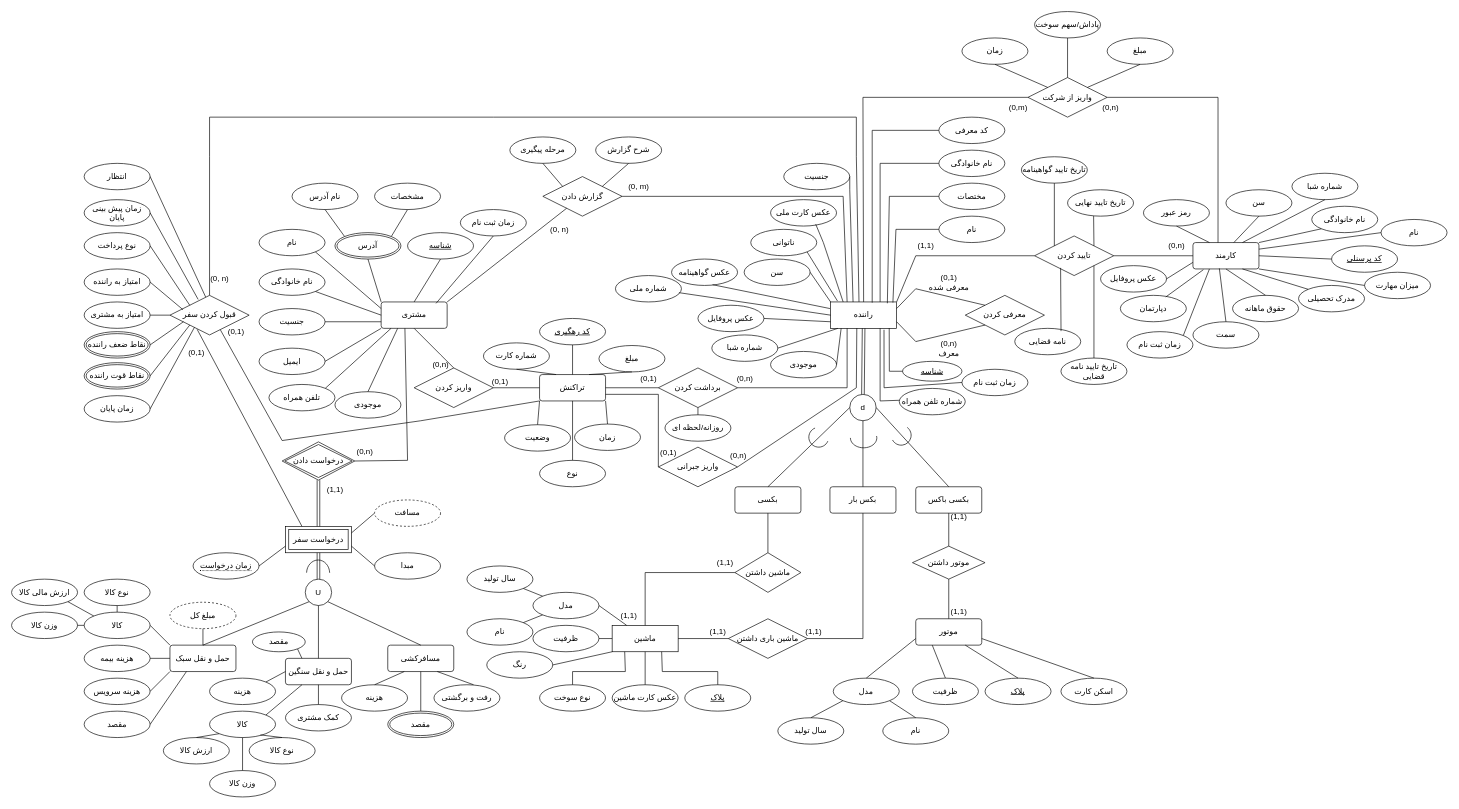
Above: EER/Diagram.drawio in sedwna/BAXI (draw.io), before the change. Source tidied: cells renumbered, new cells numbered last; positions are measured from the earlier drawing's top-left corner, leaving out a move shared by most shapes. Both pictures are drawn from the tidied source at 66%, with x=0, y=0 at pixel (11, 11).
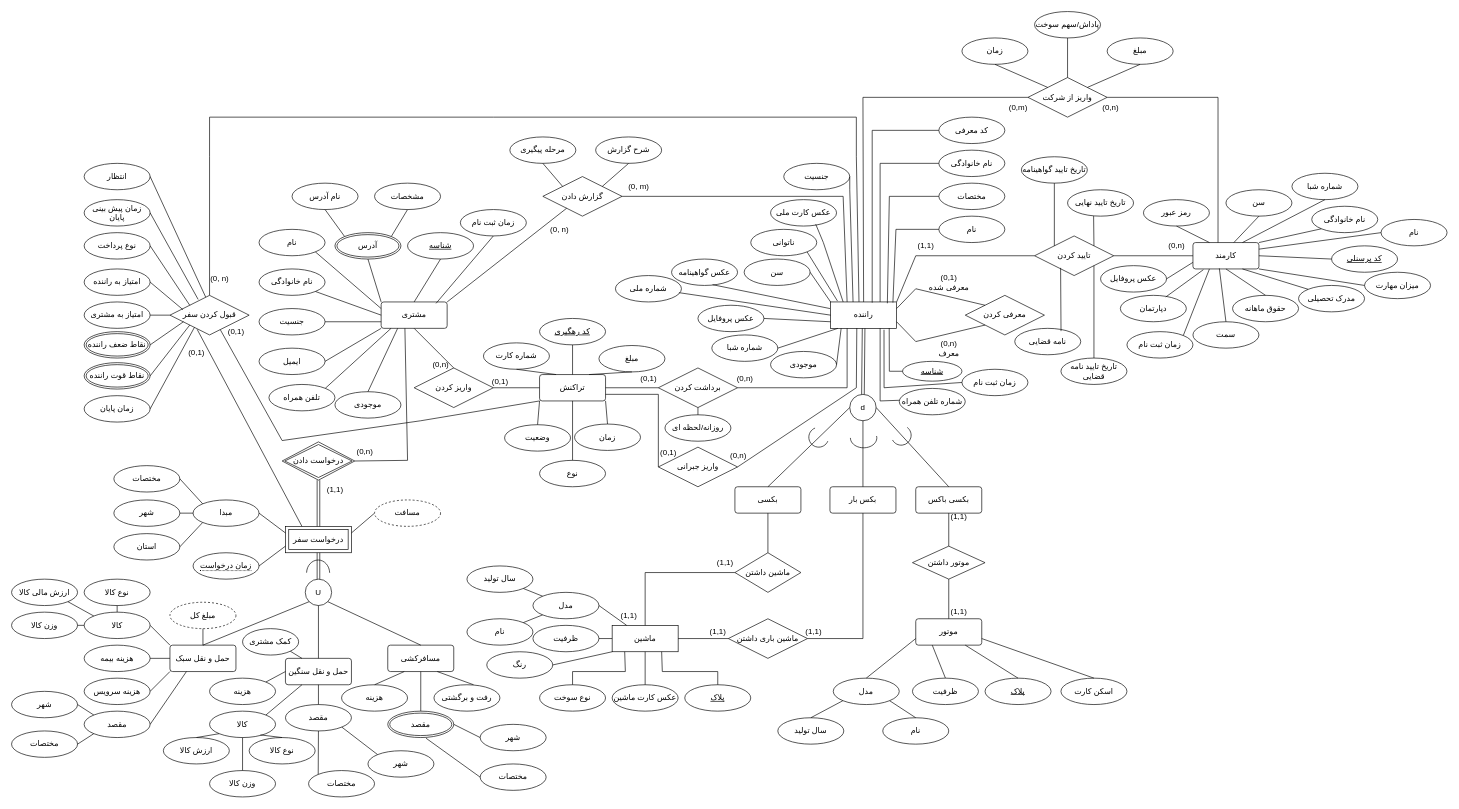
After the change.

Unchanged cells that the change refers to:
```xml
<mxCell id="170" value="درخواست سفر" style="shape=ext;margin=3;double=1;whiteSpace=wrap;html=1;align=center;" parent="1" vertex="1">
  <mxGeometry x="415" y="780" width="100" height="40" as="geometry" />
</mxCell>
<mxCell id="194" value="مقصد" style="ellipse;shape=doubleEllipse;margin=3;whiteSpace=wrap;html=1;align=center;" parent="1" vertex="1">
  <mxGeometry x="570" y="1060" width="100" height="40" as="geometry" />
</mxCell>
<mxCell id="249" value="مقصد" style="ellipse;whiteSpace=wrap;html=1;align=center;" parent="1" vertex="1">
  <mxGeometry x="110" y="1060" width="100" height="40" as="geometry" />
</mxCell>
```

The edit, as a diff of the source:
```diff
@@
     <mxCell id="178" value="مبدا" style="ellipse;whiteSpace=wrap;html=1;align=center;" parent="1" vertex="1">
-      <mxGeometry x="550" y="820" width="100" height="40" as="geometry" />
+      <mxGeometry x="275" y="740" width="100" height="40" as="geometry" />
     </mxCell>
@@
-    <mxCell id="182" style="endArrow=none;html=1;rounded=0;exitX=0;exitY=0.5;exitDx=0;exitDy=0;entryX=1;entryY=0.75;entryDx=0;entryDy=0;" parent="1" edge="1" source="178" target="170">
+    <mxCell id="182" style="endArrow=none;html=1;rounded=0;exitX=1;exitY=0.5;exitDx=0;exitDy=0;entryX=0;entryY=0.25;entryDx=0;entryDy=0;" parent="1" edge="1" source="178" target="170">
       <mxGeometry relative="1" as="geometry" />
     </mxCell>
@@
-    <mxCell id="200" value="کمک مشتری" style="ellipse;whiteSpace=wrap;html=1;align=center;" parent="1" vertex="1">
+    <mxCell id="200" value="مقصد" style="ellipse;whiteSpace=wrap;html=1;align=center;" parent="1" vertex="1">
       <mxGeometry x="415" y="1050" width="100" height="40" as="geometry" />
     </mxCell>
@@
-    <mxCell id="248" value="مقصد" style="ellipse;whiteSpace=wrap;html=1;align=center;" parent="1" vertex="1">
-      <mxGeometry x="365" y="940" width="80" height="30" as="geometry" />
+    <mxCell id="248" value="کمک مشتری" style="ellipse;whiteSpace=wrap;html=1;align=center;" parent="1" vertex="1">
+      <mxGeometry x="350" y="935" width="85" height="40" as="geometry" />
     </mxCell>
@@
+    <mxCell id="295" value="استان" style="ellipse;whiteSpace=wrap;html=1;align=center;" parent="1" vertex="1">
+      <mxGeometry x="155" y="791" width="100" height="40" as="geometry" />
+    </mxCell>
+    <mxCell id="296" value="مختصات" style="ellipse;whiteSpace=wrap;html=1;align=center;" parent="1" vertex="1">
+      <mxGeometry x="155" y="688" width="100" height="40" as="geometry" />
+    </mxCell>
+    <mxCell id="297" style="endArrow=none;html=1;rounded=0;entryX=0;entryY=1;entryDx=0;entryDy=0;exitX=1;exitY=0.5;exitDx=0;exitDy=0;" parent="1" edge="1" source="295" target="178">
+      <mxGeometry relative="1" as="geometry" />
+    </mxCell>
+    <mxCell id="298" style="endArrow=none;html=1;rounded=0;exitX=1;exitY=0.5;exitDx=0;exitDy=0;entryX=0;entryY=0;entryDx=0;entryDy=0;" parent="1" edge="1" source="296" target="178">
+      <mxGeometry relative="1" as="geometry" />
+    </mxCell>
+    <mxCell id="299" value="شهر" style="ellipse;whiteSpace=wrap;html=1;align=center;" parent="1" vertex="1">
+      <mxGeometry x="155" y="740" width="100" height="40" as="geometry" />
+    </mxCell>
+    <mxCell id="300" style="endArrow=none;html=1;rounded=0;exitX=1;exitY=0.5;exitDx=0;exitDy=0;entryX=0;entryY=0.5;entryDx=0;entryDy=0;" parent="1" edge="1" source="299" target="178">
+      <mxGeometry relative="1" as="geometry" />
+    </mxCell>
+    <mxCell id="301" value="شهر" style="ellipse;whiteSpace=wrap;html=1;align=center;" parent="1" vertex="1">
+      <mxGeometry x="540" y="1120" width="100" height="40" as="geometry" />
+    </mxCell>
+    <mxCell id="302" value="مختصات" style="ellipse;whiteSpace=wrap;html=1;align=center;" parent="1" vertex="1">
+      <mxGeometry y="1090" width="100" height="40" as="geometry" />
+    </mxCell>
+    <mxCell id="303" value="شهر" style="ellipse;whiteSpace=wrap;html=1;align=center;" parent="1" vertex="1">
+      <mxGeometry y="1030" width="100" height="40" as="geometry" />
+    </mxCell>
+    <mxCell id="304" style="endArrow=none;html=1;rounded=0;entryX=1;entryY=1;entryDx=0;entryDy=0;exitX=0;exitY=0;exitDx=0;exitDy=0;" parent="1" edge="1" source="301" target="200">
+      <mxGeometry relative="1" as="geometry" />
+    </mxCell>
+    <mxCell id="305" style="endArrow=none;html=1;rounded=0;entryX=0;entryY=1;entryDx=0;entryDy=0;exitX=1;exitY=0.5;exitDx=0;exitDy=0;" parent="1" edge="1" source="302" target="249">
+      <mxGeometry relative="1" as="geometry" />
+    </mxCell>
+    <mxCell id="306" style="endArrow=none;html=1;rounded=0;entryX=1;entryY=0.5;entryDx=0;entryDy=0;exitX=0;exitY=0;exitDx=0;exitDy=0;" parent="1" edge="1" source="249" target="303">
+      <mxGeometry relative="1" as="geometry" />
+    </mxCell>
+    <mxCell id="307" value="&lt;div&gt;مختصات&lt;br&gt;&lt;/div&gt;" style="ellipse;whiteSpace=wrap;html=1;align=center;" parent="1" vertex="1">
+      <mxGeometry x="710" y="1140" width="100" height="40" as="geometry" />
+    </mxCell>
+    <mxCell id="308" value="مختصات" style="ellipse;whiteSpace=wrap;html=1;align=center;" parent="1" vertex="1">
+      <mxGeometry x="450" y="1150" width="100" height="40" as="geometry" />
+    </mxCell>
+    <mxCell id="309" style="endArrow=none;html=1;rounded=0;exitX=0;exitY=0;exitDx=0;exitDy=0;entryX=0.5;entryY=1;entryDx=0;entryDy=0;" parent="1" edge="1" source="308" target="200">
+      <mxGeometry relative="1" as="geometry" />
+    </mxCell>
+    <mxCell id="310" value="شهر" style="ellipse;whiteSpace=wrap;html=1;align=center;" parent="1" vertex="1">
+      <mxGeometry x="710" y="1080" width="100" height="40" as="geometry" />
+    </mxCell>
+    <mxCell id="311" style="endArrow=none;html=1;rounded=0;entryX=0;entryY=0.5;entryDx=0;entryDy=0;exitX=0.58;exitY=1.025;exitDx=0;exitDy=0;exitPerimeter=0;" parent="1" edge="1" source="194" target="307">
+      <mxGeometry relative="1" as="geometry" />
+    </mxCell>
+    <mxCell id="312" style="endArrow=none;html=1;rounded=0;exitX=1;exitY=0.5;exitDx=0;exitDy=0;entryX=0;entryY=0.5;entryDx=0;entryDy=0;" parent="1" edge="1" source="194" target="310">
+      <mxGeometry relative="1" as="geometry" />
+    </mxCell>
```
